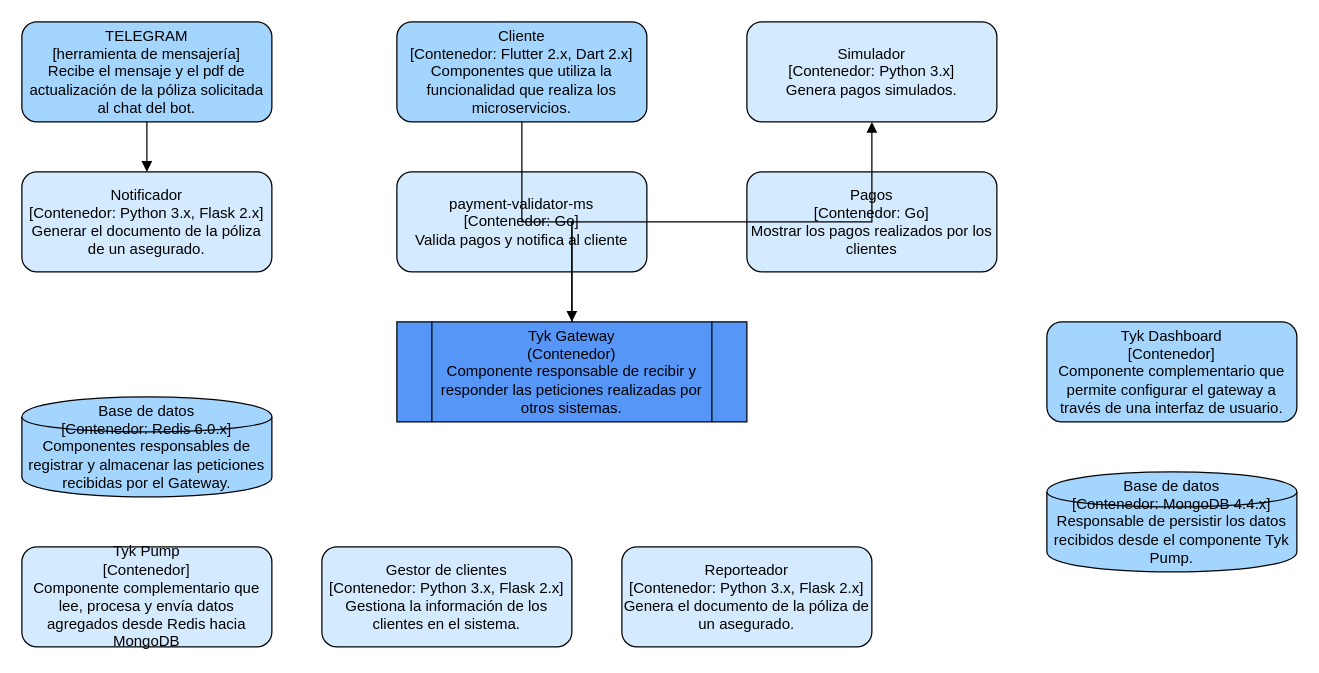
Above: docs/03microservicios.drawio in AngelJanvier01/docker-microservicios (draw.io), before the change. Source tidied: cells renumbered, new cells numbered last; positions are measured from the earlier drawing's top-left corner, leaving out a move shared by most shapes. Both pictures are drawn from the tidied source at 125%, with x=0, y=0 at pixel (21, 21).
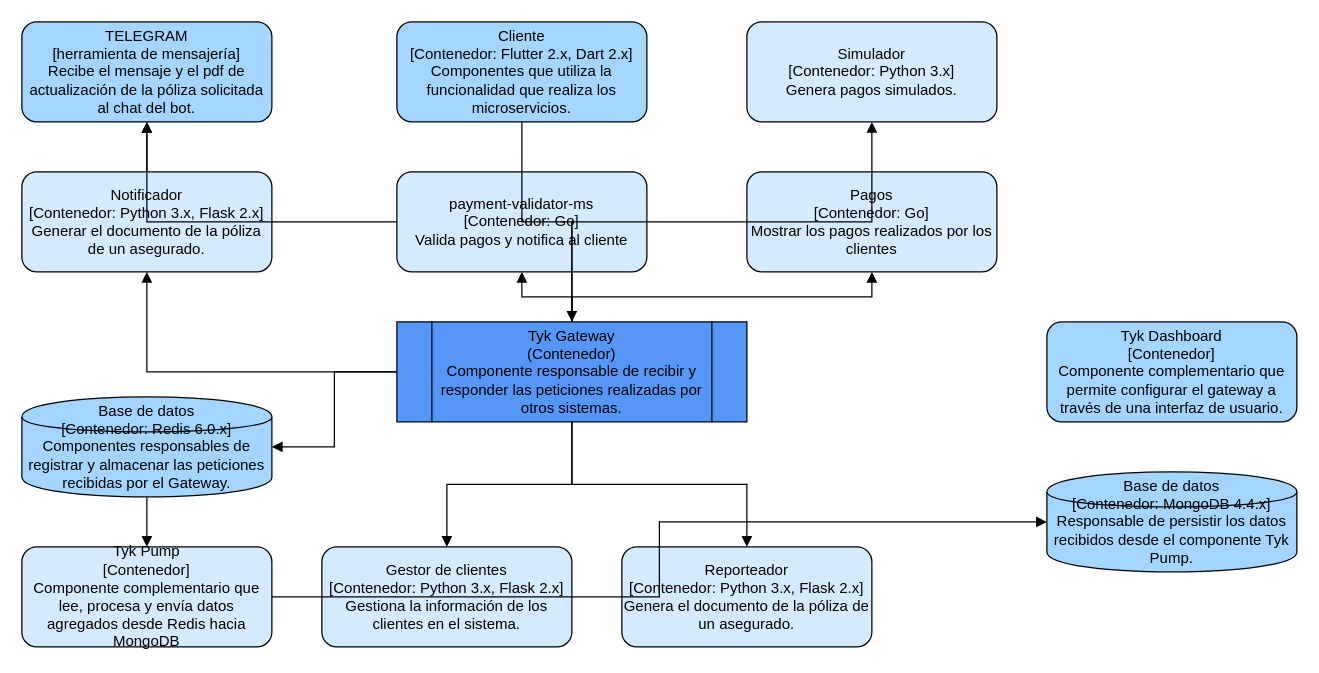
Above is the later version.

Commit message:
Improve microservices diagram

The change refers to these unchanged cells:
```xml
<mxCell id="2" value="Tyk Gateway&#10;(Contenedor)&#10;Componente responsable de recibir y responder las peticiones realizadas por otros sistemas." style="shape=process;whiteSpace=wrap;html=1;fillColor=#5596f7;fontSize=12;" parent="1" vertex="1">
  <mxGeometry x="300" y="240" width="280" height="80" as="geometry" />
</mxCell>
<mxCell id="4" value="TELEGRAM&#10;[herramienta de mensajería]&#10;Recibe el mensaje y el pdf de actualización de la póliza solicitada al chat del bot." style="shape=rectangle;whiteSpace=wrap;html=1;rounded=1;fillColor=#a3d5ff;fontSize=12;" parent="1" vertex="1">
  <mxGeometry width="200" height="80" as="geometry" />
</mxCell>
<mxCell id="6" value="Notificador&#10;[Contenedor: Python 3.x, Flask 2.x]&#10;Generar el documento de la póliza de un asegurado." style="shape=rectangle;whiteSpace=wrap;html=1;rounded=1;fillColor=#d4eaff;fontSize=12;" parent="1" vertex="1">
  <mxGeometry y="120" width="200" height="80" as="geometry" />
</mxCell>
<mxCell id="7" value="Pagos&#10;[Contenedor: Go]&#10;Mostrar los pagos realizados por los clientes" style="shape=rectangle;whiteSpace=wrap;html=1;rounded=1;fillColor=#d4eaff;fontSize=12;" parent="1" vertex="1">
  <mxGeometry x="580" y="120" width="200" height="80" as="geometry" />
</mxCell>
<mxCell id="8" value="payment-validator-ms&#10;[Contenedor: Go]&#10;Valida pagos y notifica al cliente" style="shape=rectangle;whiteSpace=wrap;html=1;rounded=1;fillColor=#d4eaff;fontSize=12;" parent="1" vertex="1">
  <mxGeometry x="300" y="120" width="200" height="80" as="geometry" />
</mxCell>
<mxCell id="9" value="Base de datos&#10;[Contenedor: Redis 6.0.x]&#10;Componentes responsables de registrar y almacenar las peticiones recibidas por el Gateway." style="shape=cylinder;whiteSpace=wrap;html=1;fillColor=#a3d5ff;fontSize=12;" parent="1" vertex="1">
  <mxGeometry y="300" width="200" height="80" as="geometry" />
</mxCell>
<mxCell id="10" value="Tyk Pump&#10;[Contenedor]&#10;Componente complementario que lee, procesa y envía datos agregados desde Redis hacia MongoDB" style="shape=rectangle;whiteSpace=wrap;html=1;rounded=1;fillColor=#d4eaff;fontSize=12;" parent="1" vertex="1">
  <mxGeometry y="420" width="200" height="80" as="geometry" />
</mxCell>
<mxCell id="11" value="Gestor de clientes&#10;[Contenedor: Python 3.x, Flask 2.x]&#10;Gestiona la información de los clientes en el sistema." style="shape=rectangle;whiteSpace=wrap;html=1;rounded=1;fillColor=#d4eaff;fontSize=12;" parent="1" vertex="1">
  <mxGeometry x="240" y="420" width="200" height="80" as="geometry" />
</mxCell>
<mxCell id="12" value="Reporteador&#10;[Contenedor: Python 3.x, Flask 2.x]&#10;Genera el documento de la póliza de un asegurado." style="shape=rectangle;whiteSpace=wrap;html=1;rounded=1;fillColor=#d4eaff;fontSize=12;" parent="1" vertex="1">
  <mxGeometry x="480" y="420" width="200" height="80" as="geometry" />
</mxCell>
<mxCell id="14" value="Base de datos&#10;[Contenedor: MongoDB 4.4.x]&#10;Responsable de persistir los datos recibidos desde el componente Tyk Pump." style="shape=cylinder;whiteSpace=wrap;html=1;fillColor=#a3d5ff;fontSize=12;" parent="1" vertex="1">
  <mxGeometry x="820" y="360" width="200" height="80" as="geometry" />
</mxCell>
```

Diff of the diagram source:
```diff
@@
-    <mxCell id="16" style="edgeStyle=orthogonalEdgeStyle;rounded=0;html=1;endArrow=block;" parent="1" edge="1" source="4" target="6">
+    <mxCell id="16" style="edgeStyle=orthogonalEdgeStyle;rounded=0;html=1;endArrow=block;" parent="1" edge="1" source="6" target="4">
       <mxGeometry relative="1" as="geometry" />
     </mxCell>
@@
+    <mxCell id="18" style="edgeStyle=orthogonalEdgeStyle;rounded=0;html=1;endArrow=block;" parent="1" edge="1" source="2" target="7">
+      <mxGeometry relative="1" as="geometry" />
+    </mxCell>
+    <mxCell id="19" style="edgeStyle=orthogonalEdgeStyle;rounded=0;html=1;endArrow=block;" parent="1" edge="1" source="2" target="8">
+      <mxGeometry relative="1" as="geometry" />
+    </mxCell>
+    <mxCell id="20" style="edgeStyle=orthogonalEdgeStyle;rounded=0;html=1;endArrow=block;" parent="1" edge="1" source="2" target="12">
+      <mxGeometry relative="1" as="geometry" />
+    </mxCell>
+    <mxCell id="21" style="edgeStyle=orthogonalEdgeStyle;rounded=0;html=1;endArrow=block;" parent="1" edge="1" source="2" target="11">
+      <mxGeometry relative="1" as="geometry" />
+    </mxCell>
+    <mxCell id="22" style="edgeStyle=orthogonalEdgeStyle;rounded=0;html=1;endArrow=block;" parent="1" edge="1" source="2" target="6">
+      <mxGeometry relative="1" as="geometry" />
+    </mxCell>
+    <mxCell id="23" style="edgeStyle=orthogonalEdgeStyle;rounded=0;html=1;endArrow=block;" parent="1" edge="1" source="8" target="4">
+      <mxGeometry relative="1" as="geometry" />
+    </mxCell>
+    <mxCell id="24" style="edgeStyle=orthogonalEdgeStyle;rounded=0;html=1;endArrow=block;" parent="1" edge="1" source="9" target="10">
+      <mxGeometry relative="1" as="geometry" />
+    </mxCell>
+    <mxCell id="25" style="edgeStyle=orthogonalEdgeStyle;rounded=0;html=1;endArrow=block;" parent="1" edge="1" source="10" target="14">
+      <mxGeometry relative="1" as="geometry" />
+    </mxCell>
+    <mxCell id="26" style="edgeStyle=orthogonalEdgeStyle;rounded=0;html=1;endArrow=block;" parent="1" edge="1" source="2" target="9">
+      <mxGeometry relative="1" as="geometry" />
+    </mxCell>
```
